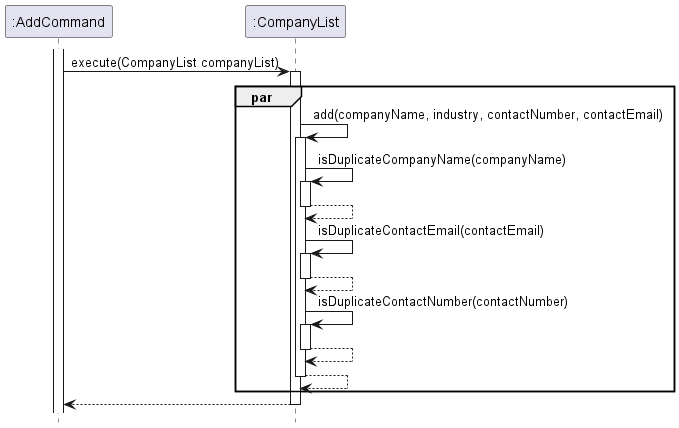
Before: docs/UML/Image/Duplication_checker.png, a diagram exported from PlantUML (nus-cs2113-AY2223S2/tp). Source of this version:
```plantuml
@startuml

hide footbox

activate ":AddCommand"
    ":AddCommand" -> ":CompanyList" : execute(CompanyList companyList)
    activate ":CompanyList"
    par
        ":CompanyList" -> ":CompanyList" : add(companyName, industry, contactNumber, contactEmail)
        activate ":CompanyList"
            ":CompanyList" -> ":CompanyList" : isDuplicateCompanyName(companyName)
            activate ":CompanyList"
                ":CompanyList" --> ":CompanyList"
            deactivate ":CompanyList"
            ":CompanyList" -> ":CompanyList" : isDuplicateContactEmail(contactEmail)
            activate ":CompanyList"
                ":CompanyList" --> ":CompanyList"
            deactivate ":CompanyList"
            ":CompanyList" -> ":CompanyList" : isDuplicateContactNumber(contactNumber)
            activate ":CompanyList"
                ":CompanyList" --> ":CompanyList"
            deactivate ":CompanyList"
        ":CompanyList" --> ":CompanyList"
        deactivate ":CompanyList"
    end
    ":CompanyList" --> ":AddCommand"
    deactivate ":CompanyList"


@enduml
```
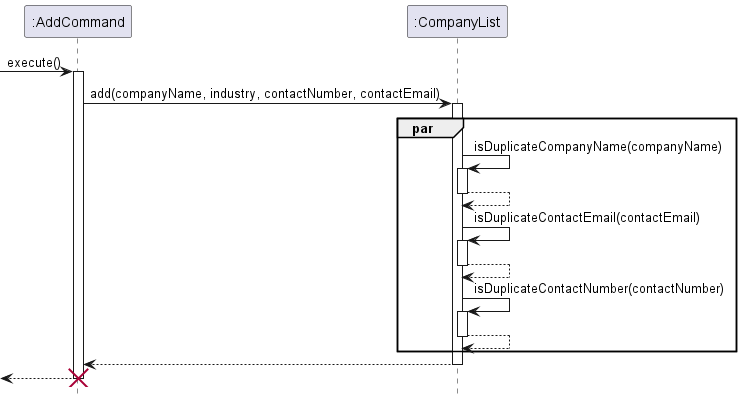
After the change.

Commit message:
Add png file for duplication checker sequence diagram

The edit, as a diff of the source:
```diff
@@ -2,12 +2,12 @@
 
 hide footbox
 
+-> ":AddCommand" : execute()
+
 activate ":AddCommand"
-    ":AddCommand" -> ":CompanyList" : execute(CompanyList companyList)
+    ":AddCommand" -> ":CompanyList" : add(companyName, industry, contactNumber, contactEmail)
     activate ":CompanyList"
     par
-        ":CompanyList" -> ":CompanyList" : add(companyName, industry, contactNumber, contactEmail)
-        activate ":CompanyList"
             ":CompanyList" -> ":CompanyList" : isDuplicateCompanyName(companyName)
             activate ":CompanyList"
                 ":CompanyList" --> ":CompanyList"
@@ -20,11 +20,12 @@
             activate ":CompanyList"
                 ":CompanyList" --> ":CompanyList"
             deactivate ":CompanyList"
-        ":CompanyList" --> ":CompanyList"
-        deactivate ":CompanyList"
     end
     ":CompanyList" --> ":AddCommand"
     deactivate ":CompanyList"
 
+<-- ":AddCommand" :
+
+destroy ":AddCommand"
 
 @enduml
```
